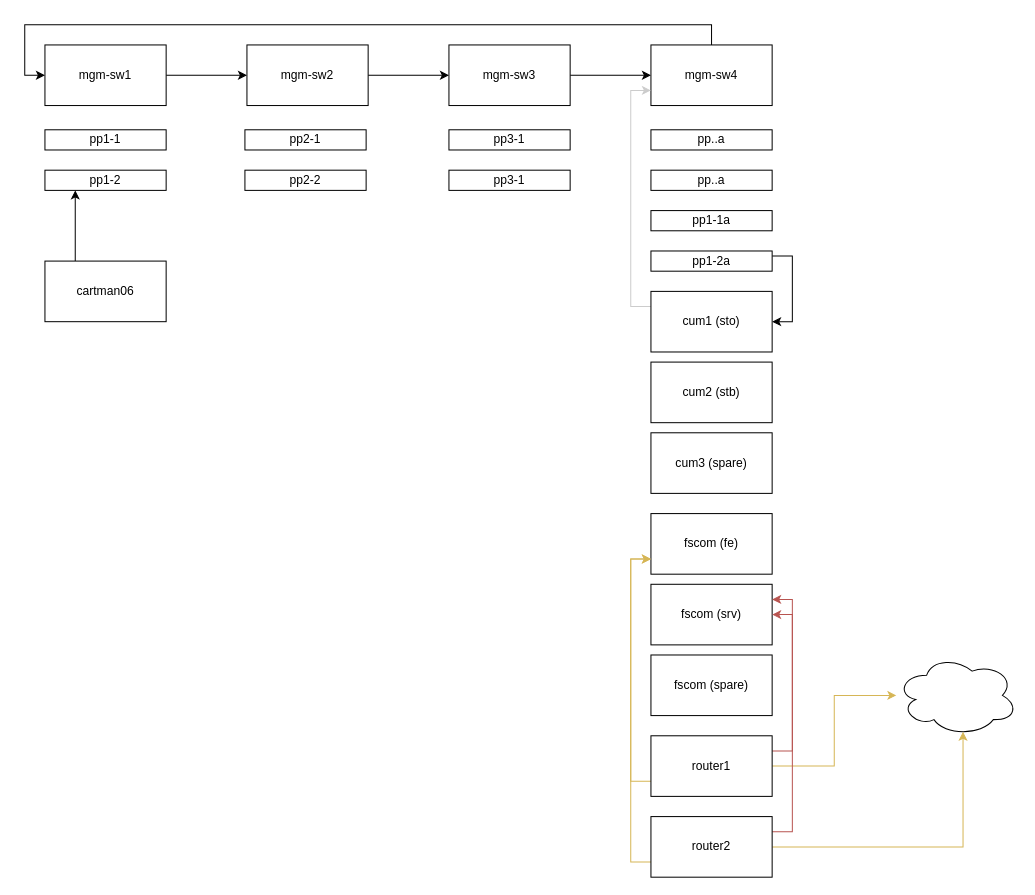
Above: Physical Network Design 2019/RZOB 2020.drawio in flyingcircusio/drawio (draw.io), before the change. Source tidied: cells renumbered, new cells numbered last; positions are measured from the earlier drawing's top-left corner, leaving out a move shared by most shapes. Both pictures are drawn from the tidied source at 101%, with x=0, y=0 at pixel (44, 44).
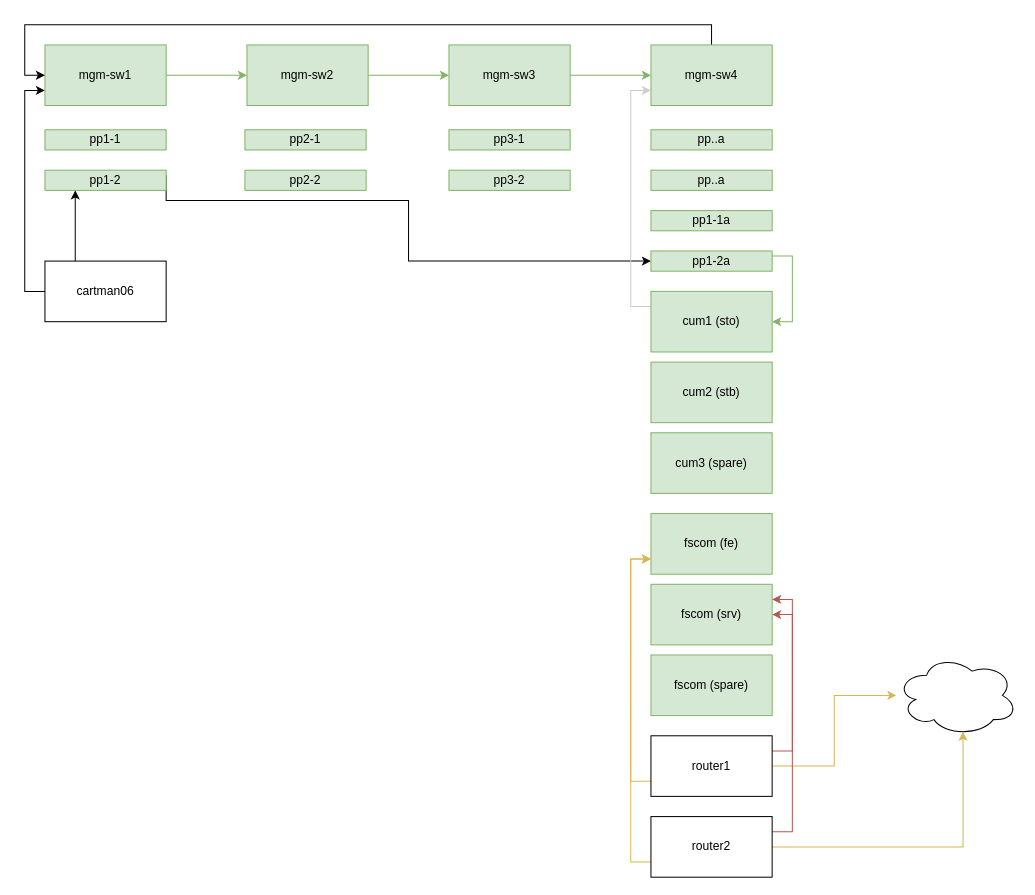
The same page after the edit.

Unchanged cells that the change refers to:
```xml
<mxCell id="26" value="cartman06" style="rounded=0;whiteSpace=wrap;html=1;" parent="1" vertex="1">
  <mxGeometry y="214" width="120" height="60" as="geometry" />
</mxCell>
```

The edit, as a diff of the source:
```diff
@@
-    <mxCell id="2" style="edgeStyle=orthogonalEdgeStyle;rounded=0;jettySize=auto;html=1;" parent="1" edge="1" source="3" target="5">
+    <mxCell id="2" style="edgeStyle=orthogonalEdgeStyle;rounded=0;jettySize=auto;html=1;fillColor=#d5e8d4;strokeColor=#82b366;" parent="1" edge="1" source="3" target="5">
       <mxGeometry relative="1" as="geometry" />
     </mxCell>
-    <mxCell id="3" value="mgm-sw1" style="rounded=0;whiteSpace=wrap;html=1;" parent="1" vertex="1">
+    <mxCell id="3" value="mgm-sw1" style="rounded=0;whiteSpace=wrap;html=1;fillColor=#d5e8d4;strokeColor=#82b366;" parent="1" vertex="1">
       <mxGeometry width="120" height="60" as="geometry" />
     </mxCell>
-    <mxCell id="4" style="edgeStyle=orthogonalEdgeStyle;rounded=0;jettySize=auto;html=1;" parent="1" edge="1" source="5" target="7">
+    <mxCell id="4" style="edgeStyle=orthogonalEdgeStyle;rounded=0;jettySize=auto;html=1;fillColor=#d5e8d4;strokeColor=#82b366;" parent="1" edge="1" source="5" target="7">
       <mxGeometry relative="1" as="geometry" />
     </mxCell>
-    <mxCell id="5" value="mgm-sw2" style="rounded=0;whiteSpace=wrap;html=1;" parent="1" vertex="1">
+    <mxCell id="5" value="mgm-sw2" style="rounded=0;whiteSpace=wrap;html=1;fillColor=#d5e8d4;strokeColor=#82b366;" parent="1" vertex="1">
       <mxGeometry x="200" width="120" height="60" as="geometry" />
     </mxCell>
-    <mxCell id="6" style="edgeStyle=orthogonalEdgeStyle;rounded=0;jettySize=auto;html=1;" parent="1" edge="1" source="7" target="9">
+    <mxCell id="6" style="edgeStyle=orthogonalEdgeStyle;rounded=0;jettySize=auto;html=1;fillColor=#d5e8d4;strokeColor=#82b366;" parent="1" edge="1" source="7" target="9">
       <mxGeometry relative="1" as="geometry" />
     </mxCell>
-    <mxCell id="7" value="mgm-sw3" style="rounded=0;whiteSpace=wrap;html=1;" parent="1" vertex="1">
+    <mxCell id="7" value="mgm-sw3" style="rounded=0;whiteSpace=wrap;html=1;fillColor=#d5e8d4;strokeColor=#82b366;" parent="1" vertex="1">
       <mxGeometry x="400" width="120" height="60" as="geometry" />
     </mxCell>
@@
-    <mxCell id="9" value="mgm-sw4" style="rounded=0;whiteSpace=wrap;html=1;" parent="1" vertex="1">
+    <mxCell id="9" value="mgm-sw4" style="rounded=0;whiteSpace=wrap;html=1;fillColor=#d5e8d4;strokeColor=#82b366;" parent="1" vertex="1">
       <mxGeometry x="600" width="120" height="60" as="geometry" />
     </mxCell>
-    <mxCell id="10" value="pp1-1" style="rounded=0;whiteSpace=wrap;html=1;" parent="1" vertex="1">
+    <mxCell id="10" value="pp1-1" style="rounded=0;whiteSpace=wrap;html=1;fillColor=#d5e8d4;strokeColor=#82b366;" parent="1" vertex="1">
       <mxGeometry y="84" width="120" height="20" as="geometry" />
     </mxCell>
+    <mxCell id="39" style="edgeStyle=orthogonalEdgeStyle;rounded=0;jettySize=auto;html=1;exitX=1;exitY=0.25;exitDx=0;exitDy=0;entryX=0;entryY=0.5;entryDx=0;entryDy=0;" parent="1" edge="1" source="11" target="18">
+      <mxGeometry relative="1" as="geometry">
+        <Array as="points">
+          <mxPoint x="120" y="154" />
+          <mxPoint x="360" y="154" />
+          <mxPoint x="360" y="214" />
+        </Array>
+      </mxGeometry>
+    </mxCell>
-    <mxCell id="11" value="pp1-2" style="rounded=0;whiteSpace=wrap;html=1;" parent="1" vertex="1">
+    <mxCell id="11" value="pp1-2" style="rounded=0;whiteSpace=wrap;html=1;fillColor=#d5e8d4;strokeColor=#82b366;" parent="1" vertex="1">
       <mxGeometry y="124" width="120" height="20" as="geometry" />
     </mxCell>
-    <mxCell id="12" value="pp2-1" style="rounded=0;whiteSpace=wrap;html=1;" parent="1" vertex="1">
+    <mxCell id="12" value="pp2-1" style="rounded=0;whiteSpace=wrap;html=1;fillColor=#d5e8d4;strokeColor=#82b366;" parent="1" vertex="1">
       <mxGeometry x="198" y="84" width="120" height="20" as="geometry" />
     </mxCell>
-    <mxCell id="13" value="pp2-2" style="rounded=0;whiteSpace=wrap;html=1;" parent="1" vertex="1">
+    <mxCell id="13" value="pp2-2" style="rounded=0;whiteSpace=wrap;html=1;fillColor=#d5e8d4;strokeColor=#82b366;" parent="1" vertex="1">
       <mxGeometry x="198" y="124" width="120" height="20" as="geometry" />
     </mxCell>
-    <mxCell id="14" value="pp3-1" style="rounded=0;whiteSpace=wrap;html=1;" parent="1" vertex="1">
+    <mxCell id="14" value="pp3-1" style="rounded=0;whiteSpace=wrap;html=1;fillColor=#d5e8d4;strokeColor=#82b366;" parent="1" vertex="1">
       <mxGeometry x="400" y="84" width="120" height="20" as="geometry" />
     </mxCell>
-    <mxCell id="15" value="pp3-1" style="rounded=0;whiteSpace=wrap;html=1;" parent="1" vertex="1">
+    <mxCell id="15" value="pp3-2" style="rounded=0;whiteSpace=wrap;html=1;fillColor=#d5e8d4;strokeColor=#82b366;" parent="1" vertex="1">
       <mxGeometry x="400" y="124" width="120" height="20" as="geometry" />
     </mxCell>
-    <mxCell id="16" style="edgeStyle=orthogonalEdgeStyle;rounded=0;jettySize=auto;html=1;exitX=1;exitY=0.25;exitDx=0;exitDy=0;entryX=1;entryY=0.5;entryDx=0;entryDy=0;" parent="1" edge="1" source="18" target="22">
+    <mxCell id="16" style="edgeStyle=orthogonalEdgeStyle;rounded=0;jettySize=auto;html=1;exitX=1;exitY=0.25;exitDx=0;exitDy=0;entryX=1;entryY=0.5;entryDx=0;entryDy=0;fillColor=#d5e8d4;strokeColor=#82b366;" parent="1" edge="1" source="18" target="22">
       <mxGeometry relative="1" as="geometry" />
     </mxCell>
-    <mxCell id="17" value="pp1-1a" style="rounded=0;whiteSpace=wrap;html=1;" parent="1" vertex="1">
+    <mxCell id="17" value="pp1-1a" style="rounded=0;whiteSpace=wrap;html=1;fillColor=#d5e8d4;strokeColor=#82b366;" parent="1" vertex="1">
       <mxGeometry x="600" y="164" width="120" height="20" as="geometry" />
     </mxCell>
-    <mxCell id="18" value="pp1-2a" style="rounded=0;whiteSpace=wrap;html=1;" parent="1" vertex="1">
+    <mxCell id="18" value="pp1-2a" style="rounded=0;whiteSpace=wrap;html=1;fillColor=#d5e8d4;strokeColor=#82b366;" parent="1" vertex="1">
       <mxGeometry x="600" y="204" width="120" height="20" as="geometry" />
     </mxCell>
-    <mxCell id="19" value="pp..a" style="rounded=0;whiteSpace=wrap;html=1;" parent="1" vertex="1">
+    <mxCell id="19" value="pp..a" style="rounded=0;whiteSpace=wrap;html=1;fillColor=#d5e8d4;strokeColor=#82b366;" parent="1" vertex="1">
       <mxGeometry x="600" y="84" width="120" height="20" as="geometry" />
     </mxCell>
-    <mxCell id="20" value="pp..a" style="rounded=0;whiteSpace=wrap;html=1;" parent="1" vertex="1">
+    <mxCell id="20" value="pp..a" style="rounded=0;whiteSpace=wrap;html=1;fillColor=#d5e8d4;strokeColor=#82b366;" parent="1" vertex="1">
       <mxGeometry x="600" y="124" width="120" height="20" as="geometry" />
     </mxCell>
@@
-    <mxCell id="22" value="cum1 (sto)" style="rounded=0;whiteSpace=wrap;html=1;" parent="1" vertex="1">
+    <mxCell id="22" value="cum1 (sto)" style="rounded=0;whiteSpace=wrap;html=1;fillColor=#d5e8d4;strokeColor=#82b366;" parent="1" vertex="1">
       <mxGeometry x="600" y="244" width="120" height="60" as="geometry" />
     </mxCell>
-    <mxCell id="23" value="cum2 (stb)" style="rounded=0;whiteSpace=wrap;html=1;" parent="1" vertex="1">
+    <mxCell id="23" value="cum2 (stb)" style="rounded=0;whiteSpace=wrap;html=1;fillColor=#d5e8d4;strokeColor=#82b366;" parent="1" vertex="1">
       <mxGeometry x="600" y="314" width="120" height="60" as="geometry" />
     </mxCell>
-    <mxCell id="24" value="cum3 (spare)" style="rounded=0;whiteSpace=wrap;html=1;" parent="1" vertex="1">
+    <mxCell id="24" value="cum3 (spare)" style="rounded=0;whiteSpace=wrap;html=1;fillColor=#d5e8d4;strokeColor=#82b366;" parent="1" vertex="1">
       <mxGeometry x="600" y="384" width="120" height="60" as="geometry" />
     </mxCell>
@@
+    <mxCell id="40" style="edgeStyle=orthogonalEdgeStyle;rounded=0;jettySize=auto;html=1;exitX=0;exitY=0.5;exitDx=0;exitDy=0;entryX=0;entryY=0.75;entryDx=0;entryDy=0;" parent="1" edge="1" source="26" target="3">
+      <mxGeometry relative="1" as="geometry" />
+    </mxCell>
@@
-    <mxCell id="27" value="fscom (fe)" style="rounded=0;whiteSpace=wrap;html=1;" parent="1" vertex="1">
+    <mxCell id="27" value="fscom (fe)" style="rounded=0;whiteSpace=wrap;html=1;fillColor=#d5e8d4;strokeColor=#82b366;" parent="1" vertex="1">
       <mxGeometry x="600" y="464" width="120" height="60" as="geometry" />
     </mxCell>
-    <mxCell id="28" value="fscom (srv)" style="rounded=0;whiteSpace=wrap;html=1;" parent="1" vertex="1">
+    <mxCell id="28" value="fscom (srv)" style="rounded=0;whiteSpace=wrap;html=1;fillColor=#d5e8d4;strokeColor=#82b366;" parent="1" vertex="1">
       <mxGeometry x="600" y="534" width="120" height="60" as="geometry" />
     </mxCell>
-    <mxCell id="29" value="fscom (spare)" style="rounded=0;whiteSpace=wrap;html=1;" parent="1" vertex="1">
+    <mxCell id="29" value="fscom (spare)" style="rounded=0;whiteSpace=wrap;html=1;fillColor=#d5e8d4;strokeColor=#82b366;" parent="1" vertex="1">
       <mxGeometry x="600" y="604" width="120" height="60" as="geometry" />
     </mxCell>
```
